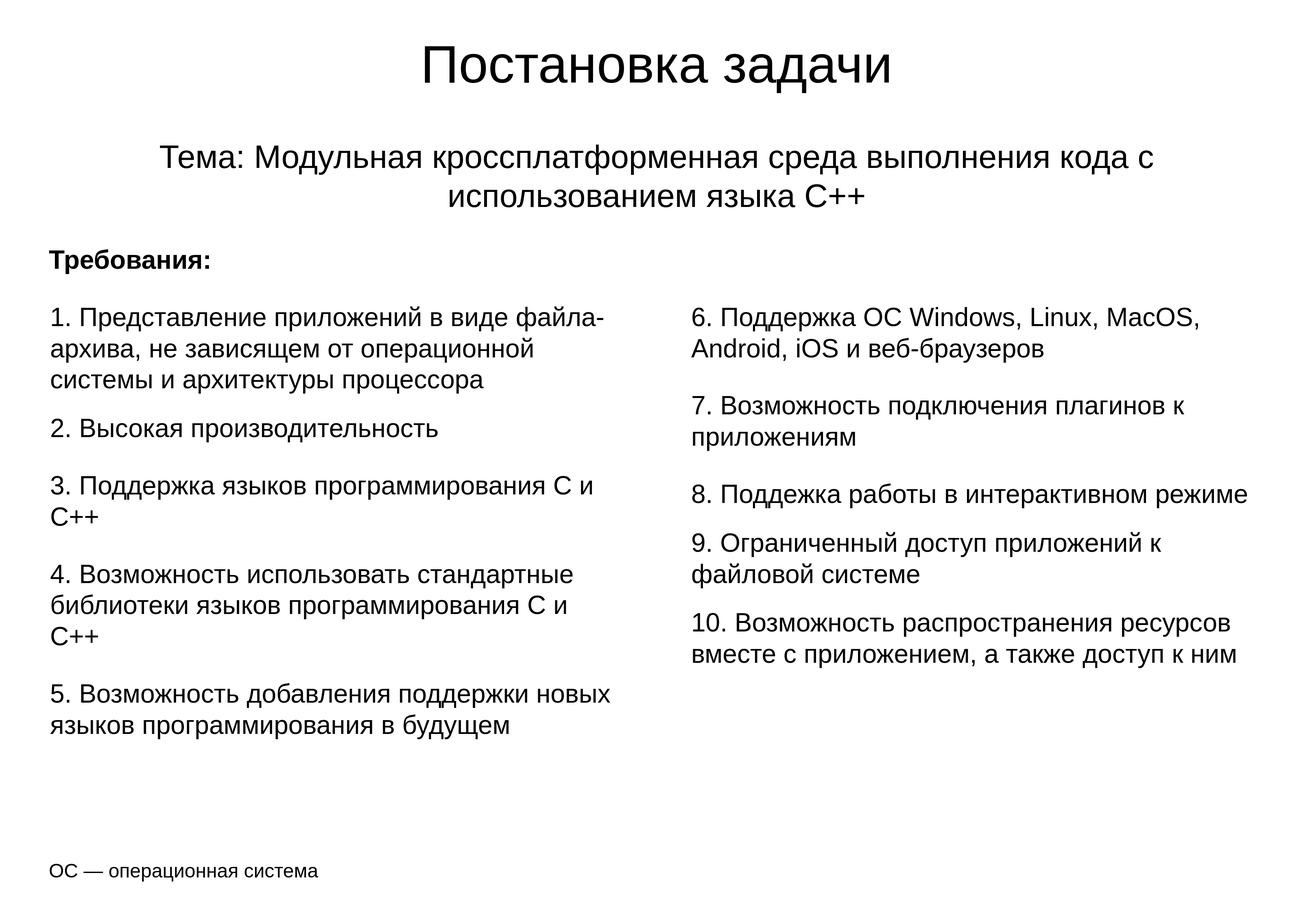
Destructor17/graduation_project_report keeps this draw.io diagram as diagrams/task.drawio.png. Above is the earlier version. Source tidied: cells renumbered, new cells last; positions are measured from the earlier drawing's top-left corner, leaving out a move shared by most shapes.
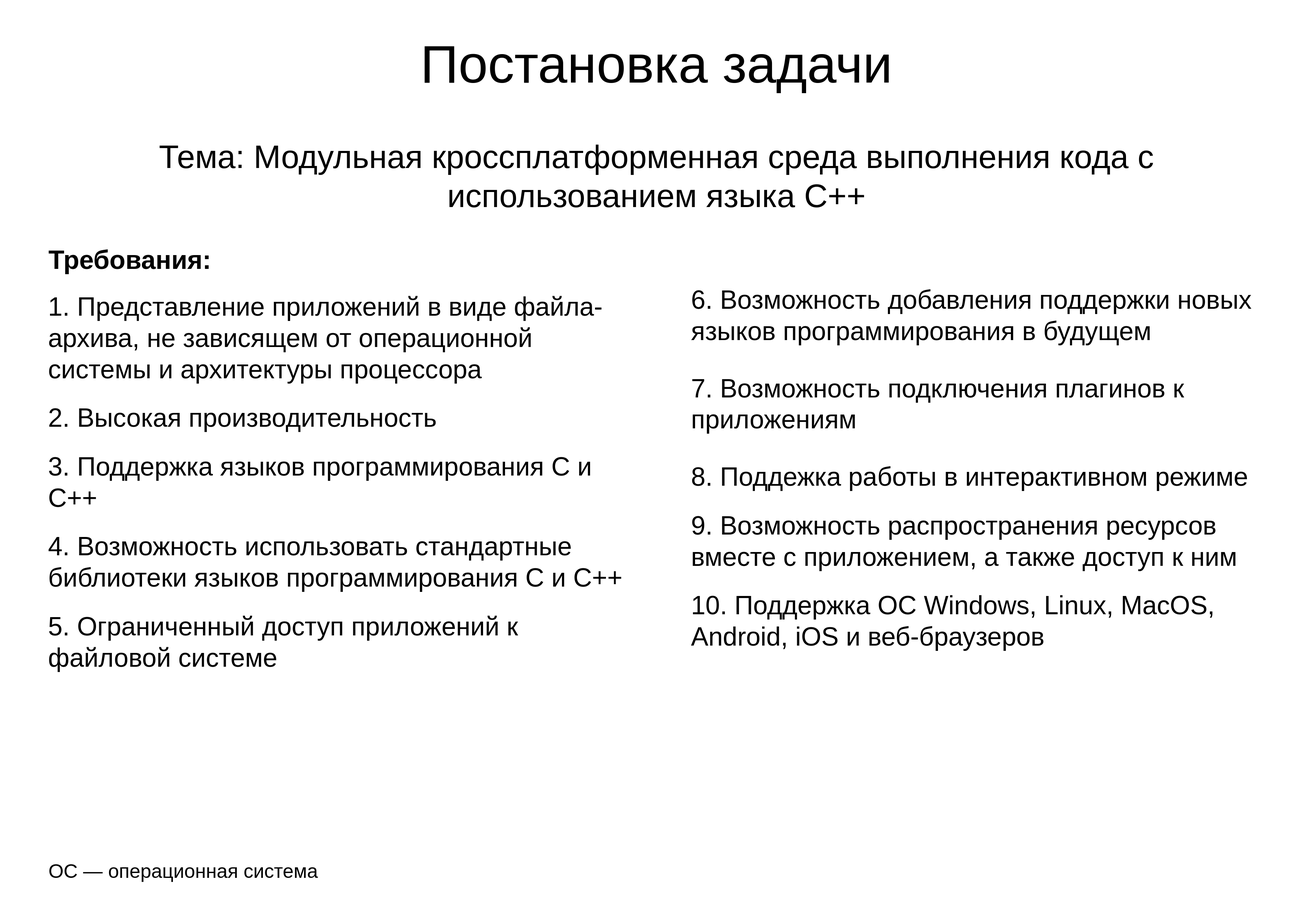
Above is the later version.

What changed in the source:
```diff
@@ -2,9 +2,6 @@
   <root>
     <mxCell id="0" />
     <mxCell id="1" parent="0" />
-    <mxCell id="2" value="&lt;h1 style=&quot;font-size: 64px;&quot;&gt;&lt;span style=&quot;font-weight: normal;&quot;&gt;1. Представление приложений в виде файла-архива, не зависящем от операционной системы и архитектуры процессора&lt;/span&gt;&lt;/h1&gt;&lt;div&gt;&lt;span style=&quot;font-size: 64px;&quot;&gt;2. Высокая производительность&lt;/span&gt;&lt;/div&gt;&lt;p style=&quot;font-size: 64px;&quot;&gt;&lt;font style=&quot;font-size: 64px;&quot;&gt;3. Поддержка языков программирования C и C++&lt;/font&gt;&lt;/p&gt;&lt;p style=&quot;font-size: 64px;&quot;&gt;4. Возможность использовать стандартные библиотеки языков программирования C и C++&lt;/p&gt;&lt;p style=&quot;font-size: 64px;&quot;&gt;&lt;span style=&quot;background-color: initial;&quot;&gt;5. Возможность добавления поддержки новых языков программирования в будущем&lt;/span&gt;&lt;/p&gt;" style="text;html=1;strokeColor=none;fillColor=none;spacing=5;spacingTop=-20;whiteSpace=wrap;overflow=hidden;rounded=0;" parent="1" vertex="1">
-      <mxGeometry x="118.5" y="708.7" width="1417.3" height="1181.1" as="geometry" />
-    </mxCell>
     <mxCell id="3" value="&lt;font style=&quot;font-size: 130px;&quot;&gt;Постановка задачи&lt;/font&gt;" style="text;html=1;strokeColor=none;fillColor=none;align=center;verticalAlign=middle;whiteSpace=wrap;rounded=0;" parent="1" vertex="1">
       <mxGeometry x="0.4" width="3228.3" height="315" as="geometry" />
     </mxCell>
@@ -14,11 +11,14 @@
     <mxCell id="5" value="&lt;h1 style=&quot;margin-top: 0px; font-size: 48px;&quot;&gt;&lt;span style=&quot;font-weight: normal;&quot;&gt;ОС&amp;nbsp;— операционная система&lt;span style=&quot;background-color: initial; white-space: pre;&quot;&gt;&#9;&lt;/span&gt;&lt;/span&gt;&lt;/h1&gt;" style="text;html=1;whiteSpace=wrap;overflow=hidden;rounded=0;verticalAlign=bottom;" parent="1" vertex="1">
       <mxGeometry x="118.5" y="1889.8" width="2992.1" height="315" as="geometry" />
     </mxCell>
-    <mxCell id="6" value="&lt;h1 style=&quot;font-size: 64px;&quot;&gt;&lt;span style=&quot;background-color: initial; font-weight: normal;&quot;&gt;6. Поддержка ОС Windows, Linux, MacOS, Android, iOS и веб-браузеров&lt;/span&gt;&lt;/h1&gt;&lt;p style=&quot;font-size: 64px;&quot;&gt;7. Возможность подключения плагинов к приложениям&lt;/p&gt;&lt;h1 style=&quot;font-size: 64px;&quot;&gt;&lt;span style=&quot;font-weight: normal;&quot;&gt;8. Поддежка работы в интерактивном режиме&lt;/span&gt;&lt;/h1&gt;&lt;h1 style=&quot;font-size: 64px;&quot;&gt;&lt;span style=&quot;background-color: initial; font-weight: normal;&quot;&gt;9. Ограниченный доступ приложений к файловой системе&lt;/span&gt;&lt;br&gt;&lt;/h1&gt;&lt;div&gt;&lt;h1 style=&quot;&quot;&gt;&lt;span style=&quot;background-color: initial;&quot;&gt;&lt;span style=&quot;font-size: 64px; font-weight: normal;&quot;&gt;10. Возможность &lt;/span&gt;&lt;span style=&quot;font-size: 64px; font-weight: 400;&quot;&gt;распространения&lt;/span&gt;&lt;span style=&quot;font-size: 64px; font-weight: normal;&quot;&gt;&amp;nbsp;ресурсов&amp;nbsp; вместе с приложением, а также доступ к ним&lt;/span&gt;&lt;/span&gt;&lt;/h1&gt;&lt;/div&gt;" style="text;html=1;strokeColor=none;fillColor=none;spacing=5;spacingTop=-20;whiteSpace=wrap;overflow=hidden;rounded=0;" parent="1" vertex="1">
-      <mxGeometry x="1693.5" y="708.7" width="1417.1" height="1181.1" as="geometry" />
+    <mxCell id="6" value="&lt;span style=&quot;font-size: 64px;&quot;&gt;6. Возможность добавления поддержки новых языков программирования в будущем&lt;/span&gt;&lt;p style=&quot;font-size: 64px;&quot;&gt;7. Возможность подключения плагинов к приложениям&lt;/p&gt;&lt;h1 style=&quot;font-size: 64px;&quot;&gt;&lt;span style=&quot;font-weight: normal;&quot;&gt;8. Поддежка работы в интерактивном режиме&lt;/span&gt;&lt;/h1&gt;&lt;div&gt;&lt;h1 style=&quot;&quot;&gt;&lt;span style=&quot;background-color: initial;&quot;&gt;&lt;span style=&quot;font-size: 64px; font-weight: normal;&quot;&gt;9. Возможность &lt;/span&gt;&lt;span style=&quot;font-size: 64px; font-weight: 400;&quot;&gt;распространения&lt;/span&gt;&lt;span style=&quot;font-size: 64px; font-weight: normal;&quot;&gt;&amp;nbsp;ресурсов&amp;nbsp; вместе с приложением, а также доступ к ним&lt;/span&gt;&lt;/span&gt;&lt;/h1&gt;&lt;/div&gt;&lt;div&gt;&lt;h1 style=&quot;font-size: 64px;&quot;&gt;&lt;span style=&quot;background-color: initial; font-weight: normal;&quot;&gt;10. Поддержка ОС Windows, Linux, MacOS, Android, iOS и веб-браузеров&lt;/span&gt;&lt;/h1&gt;&lt;/div&gt;&lt;div&gt;&lt;span style=&quot;background-color: initial;&quot;&gt;&lt;span style=&quot;font-weight: normal; font-size: 64px;&quot;&gt;&lt;br&gt;&lt;/span&gt;&lt;/span&gt;&lt;/div&gt;" style="text;html=1;strokeColor=none;fillColor=none;spacing=5;spacingTop=-20;whiteSpace=wrap;overflow=hidden;rounded=0;" parent="1" vertex="1">
+      <mxGeometry x="1693.5" y="708.7" width="1417.1" height="1102.4" as="geometry" />
     </mxCell>
     <mxCell id="7" value="&lt;h1 style=&quot;font-size: 64px;&quot;&gt;Требования:&lt;/h1&gt;" style="text;html=1;whiteSpace=wrap;overflow=hidden;rounded=0;" parent="1" vertex="1">
       <mxGeometry x="118.5" y="551" width="2992.1" height="120" as="geometry" />
     </mxCell>
+    <mxCell id="8" value="&lt;h1 style=&quot;margin-top: 0px; font-size: 64px;&quot;&gt;&lt;font style=&quot;font-size: 64px; font-weight: normal;&quot;&gt;&lt;span style=&quot;background-color: initial;&quot;&gt;1. Представление приложений в виде файла-архива, не зависящем от операционной системы и архитектуры процессора&lt;/span&gt;&lt;br&gt;&lt;/font&gt;&lt;/h1&gt;&lt;h1 style=&quot;margin-top: 0px; font-size: 64px;&quot;&gt;&lt;font style=&quot;font-size: 64px; font-weight: normal;&quot;&gt;2. Высокая производительность&lt;/font&gt;&lt;/h1&gt;&lt;h1 style=&quot;margin-top: 0px; font-size: 64px;&quot;&gt;&lt;font style=&quot;font-size: 64px; font-weight: normal;&quot;&gt;3. Поддержка языков программирования C и C++&lt;/font&gt;&lt;/h1&gt;&lt;h1 style=&quot;margin-top: 0px; font-size: 64px;&quot;&gt;&lt;font style=&quot;font-size: 64px; font-weight: normal;&quot;&gt;4. Возможность использовать стандартные библиотеки языков программирования C и C++&lt;/font&gt;&lt;/h1&gt;&lt;h1 style=&quot;margin-top: 0px; font-size: 64px;&quot;&gt;&lt;font style=&quot;font-size: 64px; font-weight: normal;&quot;&gt;5. Ограниченный доступ приложений к файловой системе&lt;/font&gt;&lt;/h1&gt;&lt;div&gt;&lt;span style=&quot;background-color: initial;&quot;&gt;&lt;div style=&quot;font-weight: normal; font-size: 12px;&quot;&gt;&lt;br&gt;&lt;/div&gt;&lt;/span&gt;&lt;/div&gt;" style="text;html=1;whiteSpace=wrap;overflow=hidden;rounded=0;" parent="1" vertex="1">
+      <mxGeometry x="117" y="708.7" width="1417.8" height="1102.4" as="geometry" />
+    </mxCell>
   </root>
 </mxGraphModel>
```
